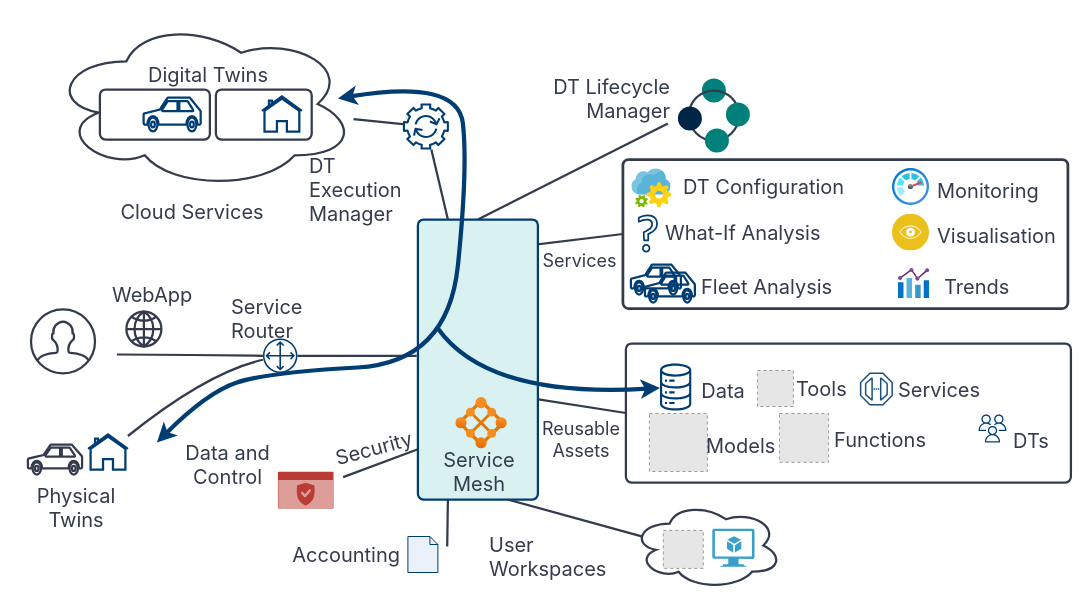
Above: page "developer/system/architecture.png" (18 of 36) of docs/assets/diagrams/dtaas-diagrams.drawio in INTO-CPS-Association/DTaaS (draw.io), before the change. Source tidied: cells renumbered, new cells numbered last; positions are measured from the earlier drawing's top-left corner, leaving out a move shared by most shapes. Both pictures are drawn from the tidied source at 100%, with x=0, y=0 at pixel (27, 18). Pictures stored in the file or linked from it are replaced by grey dashed boxes.
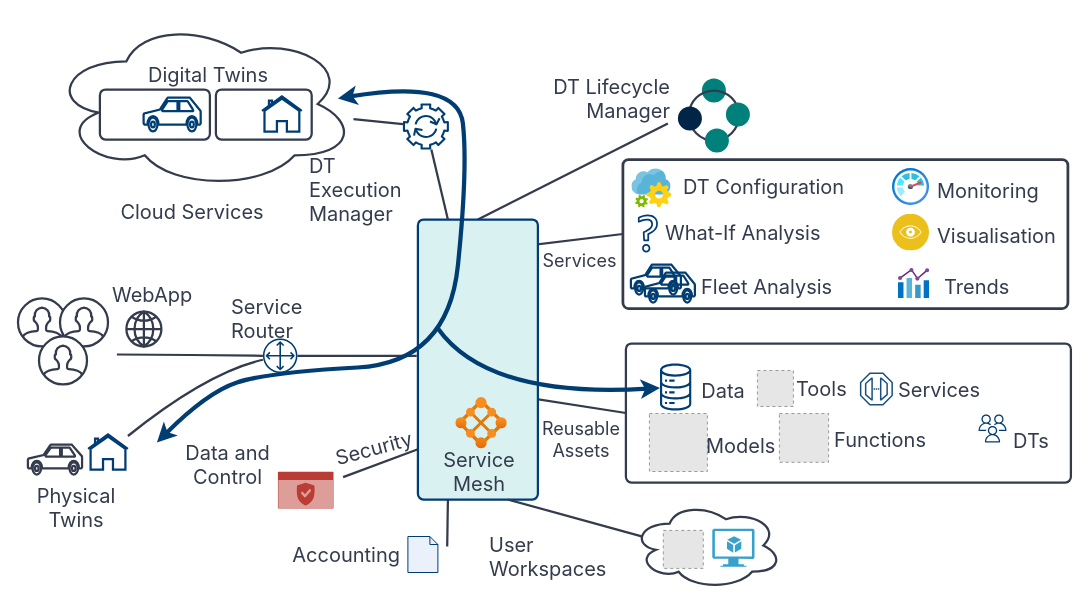
Above is the later version.

What changed in the source:
```diff
@@
-    <mxCell id="86" style="html=1;shape=mxgraph.ios7.icons.user;verticalLabelPosition=bottom;verticalAlign=top;align=center;dashed=0;shadow=0;strokeColor=#333b4c;strokeWidth=2.25;" parent="1" vertex="1">
-      <mxGeometry x="3.5" y="290.9" width="64" height="64" as="geometry" />
+    <mxCell id="86" style="group;" parent="1" vertex="1">
+      <mxGeometry x="-9.5" y="279.9" width="90" height="86" as="geometry" />
     </mxCell>
@@
+    <mxCell id="99" style="html=1;shape=mxgraph.ios7.icons.user;verticalLabelPosition=bottom;verticalAlign=top;align=center;dashed=0;shadow=0;strokeColor=#333b4c;strokeWidth=2.25;fillColor=#ffffff;" parent="86" vertex="1">
+      <mxGeometry width="48" height="48" as="geometry" />
+    </mxCell>
+    <mxCell id="100" style="html=1;shape=mxgraph.ios7.icons.user;verticalLabelPosition=bottom;verticalAlign=top;align=center;dashed=0;shadow=0;strokeColor=#333b4c;strokeWidth=2.25;fillColor=#ffffff;" parent="86" vertex="1">
+      <mxGeometry x="42" width="48" height="48" as="geometry" />
+    </mxCell>
+    <mxCell id="101" style="html=1;shape=mxgraph.ios7.icons.user;verticalLabelPosition=bottom;verticalAlign=top;align=center;dashed=0;shadow=0;strokeColor=#333b4c;strokeWidth=2.25;fillColor=#ffffff;" parent="86" vertex="1">
+      <mxGeometry x="21" y="38" width="48" height="48" as="geometry" />
+    </mxCell>
```
